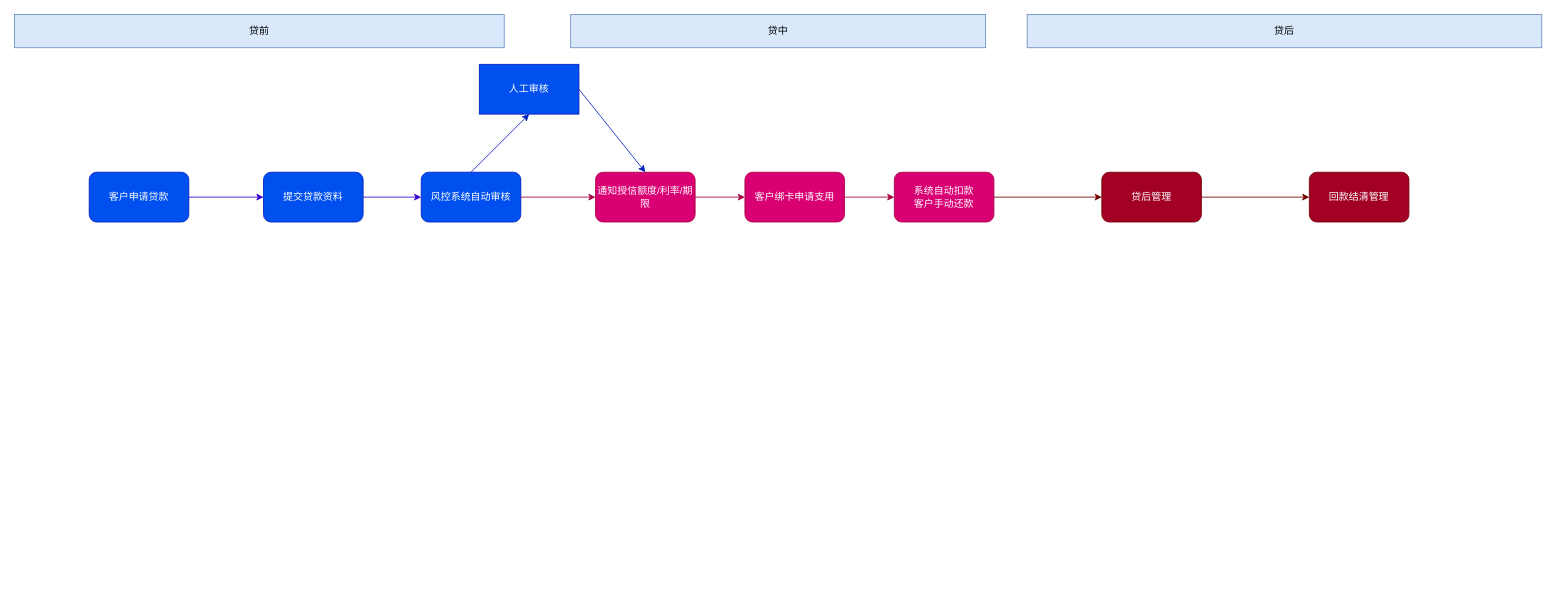
Above: 互联网现金贷业务流程.drawio in liojian198/Bin-Blog (draw.io), before the change. Source tidied: cells renumbered, new cells numbered last; positions are measured from the earlier drawing's top-left corner, leaving out a move shared by most shapes. Both pictures are drawn from the tidied source at 83%, with x=0, y=0 at pixel (14, 14).
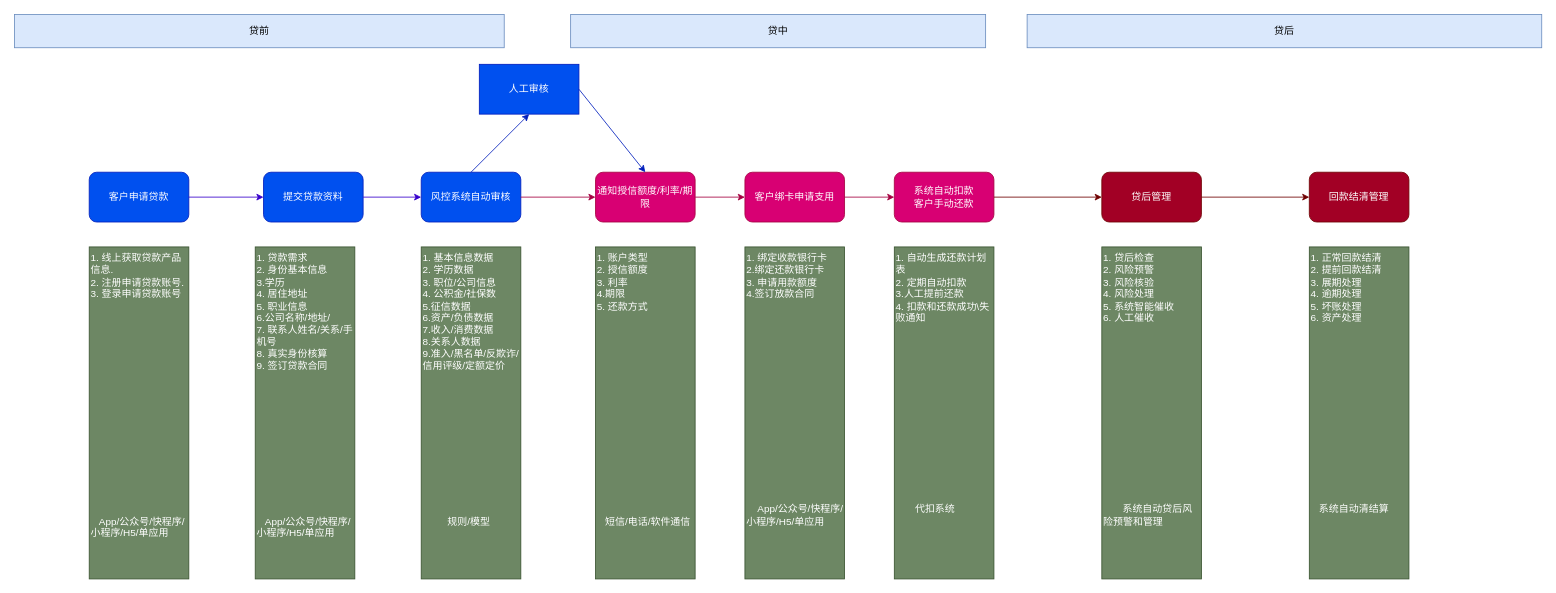
After the change.

Commit message (it also covers changes not shown here):
更新互联网现金贷业务流程.drawio

The edit, as a diff of the source:
```diff
@@
+    <mxCell id="23" value="1. 线上获取贷款产品信息.&lt;br&gt;2. 注册申请贷款账号.&lt;br&gt;3. 登录申请贷款账号&lt;br&gt;&lt;br&gt;&lt;br&gt;&lt;br&gt;&lt;br&gt;&lt;br&gt;&lt;br&gt;&lt;br&gt;&lt;br&gt;&lt;br&gt;&lt;br&gt;&lt;br&gt;&lt;br&gt;&lt;br&gt;&lt;br&gt;&lt;br&gt;&lt;br&gt;&lt;br&gt;&lt;br&gt;&amp;nbsp; &amp;nbsp;App/公众号/快程序/小程序/H5/单应用" style="rounded=0;whiteSpace=wrap;html=1;align=left;verticalAlign=top;fillColor=#6d8764;strokeColor=#3A5431;fontColor=#ffffff;" parent="1" vertex="1">
+      <mxGeometry x="90" y="280" width="120" height="400" as="geometry" />
+    </mxCell>
+    <mxCell id="24" value="1. 贷款需求&lt;br&gt;2. 身份基本信息&lt;br&gt;3.学历&lt;br&gt;4. 居住地址&lt;br&gt;5. 职业信息&lt;br&gt;6.公司名称/地址/&lt;br&gt;7. 联系人姓名/关系/手机号&lt;br&gt;8. 真实身份核算&lt;br&gt;9. 签订贷款合同&lt;br&gt;&lt;br&gt;&lt;br&gt;&lt;br&gt;&lt;br&gt;&lt;br&gt;&lt;br&gt;&lt;br&gt;&lt;br&gt;&lt;br&gt;&lt;br&gt;&lt;br&gt;&lt;br&gt;&amp;nbsp; &amp;nbsp;App/公众号/快程序/小程序/H5/单应用" style="rounded=0;whiteSpace=wrap;html=1;align=left;verticalAlign=top;fillColor=#6d8764;strokeColor=#3A5431;fontColor=#ffffff;" parent="1" vertex="1">
+      <mxGeometry x="290" y="280" width="120" height="400" as="geometry" />
+    </mxCell>
+    <mxCell id="25" value="1. 基本信息数据&lt;br&gt;2. 学历数据&lt;br&gt;3. 职位/公司信息&lt;br&gt;4. 公积金/社保数&lt;br&gt;5.征信数据&lt;br&gt;6.资产/负债数据&lt;br&gt;7.收入/消费数据&lt;br&gt;8.关系人数据&lt;br&gt;9.准入/黑名单/反欺诈/&lt;br&gt;信用评级/定额定价&lt;br&gt;&lt;br&gt;&lt;br&gt;&lt;br&gt;&lt;br&gt;&lt;br&gt;&lt;br&gt;&lt;br&gt;&lt;br&gt;&lt;br&gt;&lt;br&gt;&lt;br&gt;&lt;br&gt;&amp;nbsp; &amp;nbsp; &amp;nbsp; &amp;nbsp; &amp;nbsp;规则/模型" style="rounded=0;whiteSpace=wrap;html=1;align=left;verticalAlign=top;fillColor=#6d8764;strokeColor=#3A5431;fontColor=#ffffff;" parent="1" vertex="1">
+      <mxGeometry x="490" y="280" width="120" height="400" as="geometry" />
+    </mxCell>
+    <mxCell id="26" value="1. 账户类型&lt;br&gt;2. 授信额度&lt;br&gt;3. 利率&lt;br&gt;4.期限&lt;br&gt;5. 还款方式&lt;br&gt;&lt;br&gt;&lt;br&gt;&lt;br&gt;&lt;br&gt;&lt;br&gt;&lt;br&gt;&lt;br&gt;&lt;br&gt;&lt;br&gt;&lt;br&gt;&lt;br&gt;&lt;br&gt;&lt;br&gt;&lt;br&gt;&lt;br&gt;&lt;br&gt;&lt;br&gt;&amp;nbsp; &amp;nbsp;短信/电话/软件通信" style="rounded=0;whiteSpace=wrap;html=1;align=left;verticalAlign=top;fillColor=#6d8764;strokeColor=#3A5431;fontColor=#ffffff;" parent="1" vertex="1">
+      <mxGeometry x="700" y="280" width="120" height="400" as="geometry" />
+    </mxCell>
+    <mxCell id="27" value="1. 绑定收款银行卡&lt;br&gt;2.绑定还款银行卡&lt;br&gt;3. 申请用款额度&lt;br&gt;4.签订放款合同&lt;br&gt;&lt;br&gt;&lt;br&gt;&lt;br&gt;&lt;br&gt;&lt;br&gt;&lt;br&gt;&lt;br&gt;&lt;br&gt;&lt;br&gt;&lt;br&gt;&lt;br&gt;&lt;br&gt;&lt;br&gt;&lt;br&gt;&lt;br&gt;&lt;br&gt;&lt;br&gt;&amp;nbsp; &amp;nbsp;&amp;nbsp;App/公众号/快程序/小程序/H5/单应用" style="rounded=0;whiteSpace=wrap;html=1;align=left;verticalAlign=top;fillColor=#6d8764;strokeColor=#3A5431;fontColor=#ffffff;" parent="1" vertex="1">
+      <mxGeometry x="880" y="280" width="120" height="400" as="geometry" />
+    </mxCell>
+    <mxCell id="28" value="1. 自动生成还款计划表&lt;br&gt;2. 定期自动扣款&lt;br&gt;3.人工提前还款&lt;br&gt;4. 扣款和还款成功\失败通知&lt;br&gt;&lt;br&gt;&lt;br&gt;&lt;br&gt;&lt;br&gt;&lt;br&gt;&lt;br&gt;&lt;br&gt;&lt;br&gt;&lt;br&gt;&lt;br&gt;&lt;br&gt;&lt;br&gt;&lt;br&gt;&lt;br&gt;&lt;br&gt;&amp;nbsp; &amp;nbsp; &amp;nbsp; &amp;nbsp;代扣系统&lt;br&gt;" style="rounded=0;whiteSpace=wrap;html=1;align=left;verticalAlign=top;fillColor=#6d8764;strokeColor=#3A5431;fontColor=#ffffff;" parent="1" vertex="1">
+      <mxGeometry x="1060" y="280" width="120" height="400" as="geometry" />
+    </mxCell>
+    <mxCell id="29" value="1. 贷后检查&lt;br&gt;2. 风险预警&lt;br&gt;3. 风险核验&lt;br&gt;4. 风险处理&lt;br&gt;5. 系统智能催收&lt;br&gt;6. 人工催收&lt;br&gt;&lt;br&gt;&lt;br&gt;&lt;br&gt;&lt;br&gt;&lt;br&gt;&lt;br&gt;&lt;br&gt;&lt;br&gt;&lt;br&gt;&lt;br&gt;&lt;br&gt;&lt;br&gt;&lt;br&gt;&lt;br&gt;&lt;br&gt;&amp;nbsp; &amp;nbsp; &amp;nbsp; &amp;nbsp;系统自动贷后风险预警和管理" style="rounded=0;whiteSpace=wrap;html=1;align=left;verticalAlign=top;fillColor=#6d8764;strokeColor=#3A5431;fontColor=#ffffff;" parent="1" vertex="1">
+      <mxGeometry x="1310" y="280" width="120" height="400" as="geometry" />
+    </mxCell>
+    <mxCell id="30" value="1. 正常回款结清&lt;br&gt;2. 提前回款结清&lt;br&gt;3. 展期处理&lt;br&gt;4. 逾期处理&lt;br&gt;5. 坏账处理&lt;br&gt;6. 资产处理&lt;br&gt;&lt;br&gt;&lt;br&gt;&lt;br&gt;&lt;br&gt;&lt;br&gt;&lt;br&gt;&lt;br&gt;&lt;br&gt;&lt;br&gt;&lt;br&gt;&lt;br&gt;&lt;br&gt;&lt;br&gt;&lt;br&gt;&amp;nbsp;&amp;nbsp;&lt;br&gt;&amp;nbsp; &amp;nbsp;系统自动清结算" style="rounded=0;whiteSpace=wrap;html=1;align=left;verticalAlign=top;fillColor=#6d8764;strokeColor=#3A5431;fontColor=#ffffff;" parent="1" vertex="1">
+      <mxGeometry x="1560" y="280" width="120" height="400" as="geometry" />
+    </mxCell>
```
